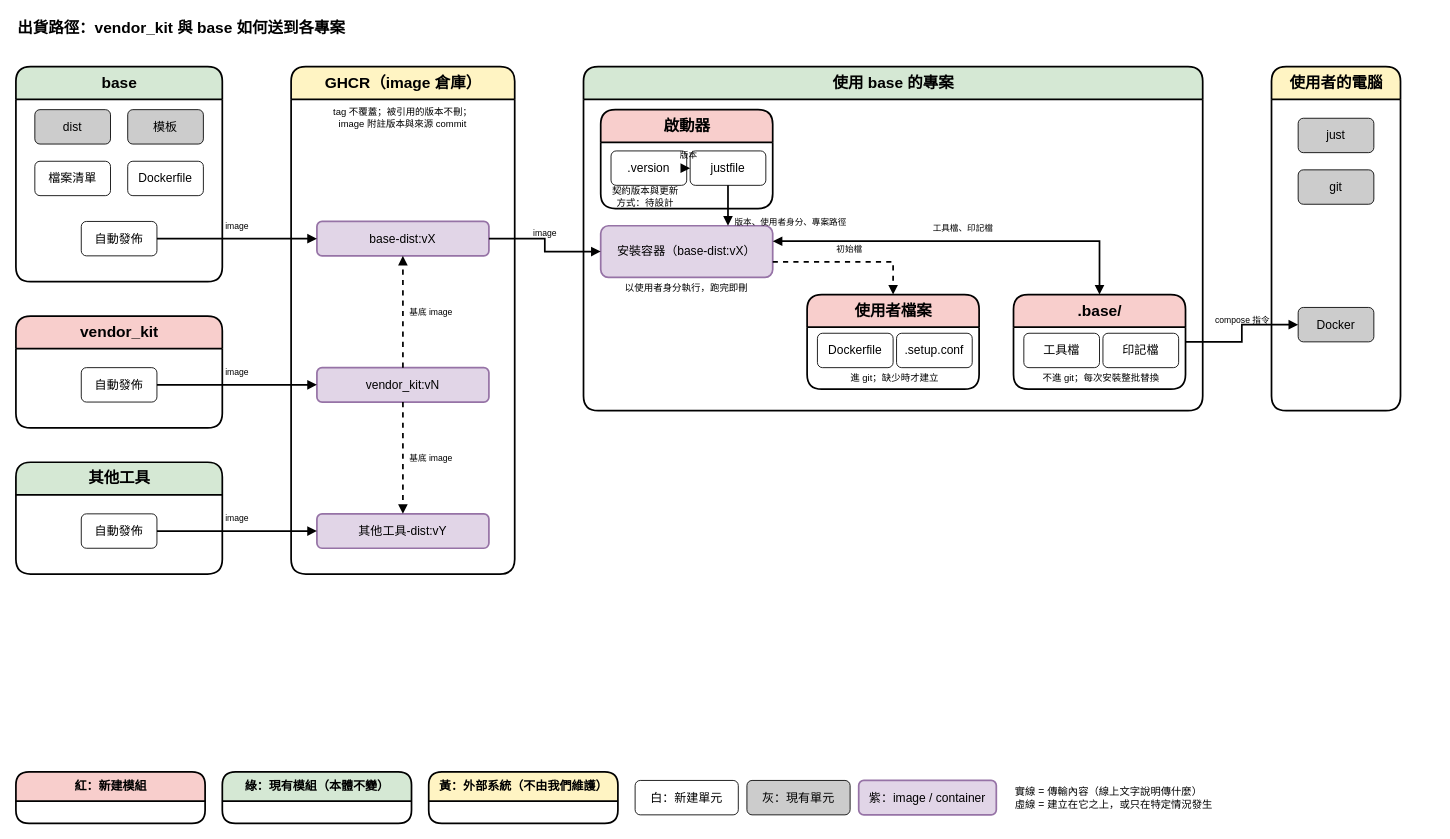
Before: page "2. 出貨路徑" (2 of 7) of dist_distribution.drawio in ycpss91255-research/vendor_kit, a draw.io diagram. Source tidied: cells renumbered, new cells numbered last; positions are measured from the earlier drawing's top-left corner, leaving out a move shared by most shapes. Both pictures are drawn from the tidied source at 86%, with x=0, y=0 at pixel (15, 15).
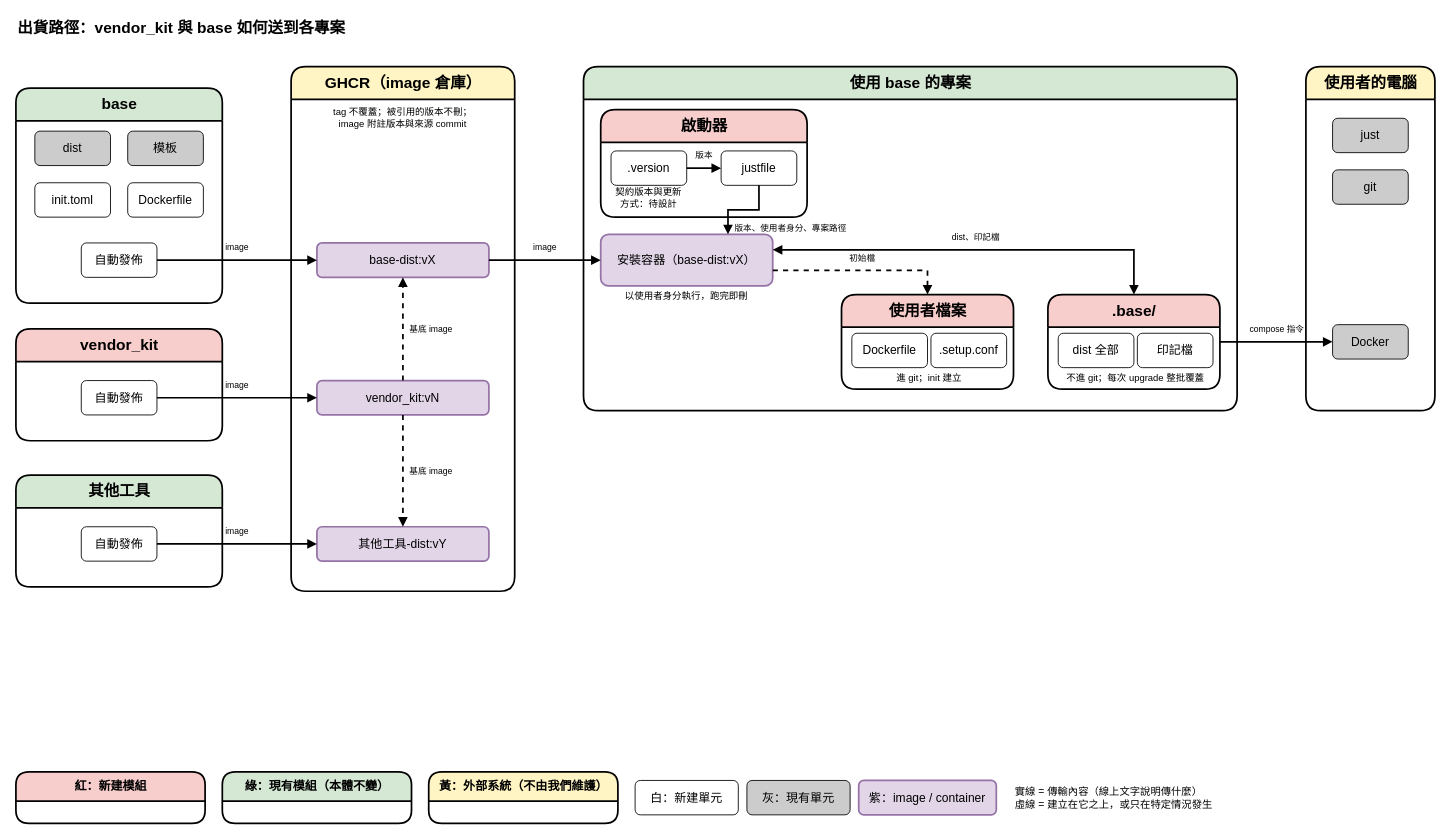
The same diagram, later.

Change to the diagram source:
```diff
@@
     <mxCell id="3" value="base" style="swimlane;html=1;rounded=1;startSize=38;fontStyle=1;fontSize=18;fillColor=#d5e8d4;swimlaneFillColor=#ffffff;strokeColor=#000000;strokeWidth=2;" parent="1" vertex="1">
-      <mxGeometry y="60" width="240" height="250" as="geometry" />
+      <mxGeometry y="85" width="240" height="250" as="geometry" />
     </mxCell>
@@
-    <mxCell id="6" value="檔案清單" style="rounded=1;whiteSpace=wrap;html=1;fillColor=#ffffff;strokeColor=light-dark(#000000,#9577A3);fontSize=14;strokeWidth=1;" parent="3" vertex="1">
+    <mxCell id="6" value="init.toml" style="rounded=1;whiteSpace=wrap;html=1;fillColor=#ffffff;strokeColor=light-dark(#000000,#9577A3);fontSize=14;strokeWidth=1;" parent="3" vertex="1">
       <mxGeometry x="22" y="110" width="88" height="40" as="geometry" />
     </mxCell>
@@
     <mxCell id="9" value="vendor_kit" style="swimlane;html=1;rounded=1;startSize=38;fontStyle=1;fontSize=18;fillColor=#f8cecc;swimlaneFillColor=#ffffff;strokeColor=#000000;strokeWidth=2;" parent="1" vertex="1">
-      <mxGeometry y="350" width="240" height="130" as="geometry" />
+      <mxGeometry y="365" width="240" height="130" as="geometry" />
     </mxCell>
@@
     <mxCell id="11" value="其他工具" style="swimlane;html=1;rounded=1;startSize=38;fontStyle=1;fontSize=18;fillColor=#d5e8d4;swimlaneFillColor=#ffffff;strokeColor=#000000;strokeWidth=2;" parent="1" vertex="1">
-      <mxGeometry y="520" width="240" height="130" as="geometry" />
+      <mxGeometry y="535" width="240" height="130" as="geometry" />
     </mxCell>
@@
     <mxCell id="13" value="GHCR（image 倉庫）" style="swimlane;html=1;rounded=1;startSize=38;fontStyle=1;fontSize=18;fillColor=#FFF4C3;swimlaneFillColor=#ffffff;strokeColor=#000000;strokeWidth=2;" parent="1" vertex="1">
-      <mxGeometry x="320" y="60" width="260" height="590" as="geometry" />
+      <mxGeometry x="320" y="60" width="260" height="610" as="geometry" />
     </mxCell>
     <mxCell id="14" value="base-dist:vX" style="rounded=1;whiteSpace=wrap;html=1;fillColor=#e1d5e7;strokeColor=#9673a6;fontSize=14;strokeWidth=2;" parent="13" vertex="1">
-      <mxGeometry x="30" y="180" width="200" height="40" as="geometry" />
+      <mxGeometry x="30" y="205" width="200" height="40" as="geometry" />
     </mxCell>
     <mxCell id="15" value="vendor_kit:vN" style="rounded=1;whiteSpace=wrap;html=1;fillColor=#e1d5e7;strokeColor=#9673a6;fontSize=14;strokeWidth=2;" parent="13" vertex="1">
-      <mxGeometry x="30" y="350" width="200" height="40" as="geometry" />
+      <mxGeometry x="30" y="365" width="200" height="40" as="geometry" />
     </mxCell>
     <mxCell id="16" value="其他工具-dist:vY" style="rounded=1;whiteSpace=wrap;html=1;fillColor=#e1d5e7;strokeColor=#9673a6;fontSize=14;strokeWidth=2;" parent="13" vertex="1">
-      <mxGeometry x="30" y="520" width="200" height="40" as="geometry" />
+      <mxGeometry x="30" y="535" width="200" height="40" as="geometry" />
     </mxCell>
@@
     <mxCell id="18" value="使用 base 的專案" style="swimlane;html=1;rounded=1;startSize=38;fontStyle=1;fontSize=18;fillColor=#d5e8d4;swimlaneFillColor=#ffffff;strokeColor=#000000;strokeWidth=2;" parent="1" vertex="1">
-      <mxGeometry x="660" y="60" width="720" height="400" as="geometry" />
+      <mxGeometry x="660" y="60" width="760" height="400" as="geometry" />
     </mxCell>
     <mxCell id="19" value="安裝容器（base-dist:vX）" style="rounded=1;whiteSpace=wrap;html=1;fillColor=#e1d5e7;strokeColor=#9673a6;fontSize=14;strokeWidth=2;" parent="18" vertex="1">
-      <mxGeometry x="20" y="185" width="200" height="60" as="geometry" />
+      <mxGeometry x="20" y="195" width="200" height="60" as="geometry" />
     </mxCell>
     <mxCell id="20" value="以使用者身分執行，跑完即刪" style="text;html=1;whiteSpace=wrap;align=center;verticalAlign=middle;fontSize=11;strokeColor=none;fillColor=none;" parent="18" vertex="1">
-      <mxGeometry x="20" y="247" width="200" height="20" as="geometry" />
+      <mxGeometry x="20" y="257" width="200" height="20" as="geometry" />
     </mxCell>
     <mxCell id="21" value="啟動器" style="swimlane;html=1;rounded=1;startSize=38;fontStyle=1;fontSize=18;fillColor=#f8cecc;swimlaneFillColor=#ffffff;strokeColor=#000000;strokeWidth=2;" parent="18" vertex="1">
-      <mxGeometry x="20" y="50" width="200" height="115" as="geometry" />
+      <mxGeometry x="20" y="50" width="240" height="125" as="geometry" />
     </mxCell>
     <mxCell id="22" value="契約版本與更新&lt;br&gt;方式：待設計" style="text;html=1;whiteSpace=wrap;align=center;verticalAlign=middle;fontSize=11;strokeColor=none;fillColor=none;" parent="21" vertex="1">
-      <mxGeometry x="6" y="88" width="92" height="26" as="geometry" />
+      <mxGeometry x="6" y="90" width="100" height="26" as="geometry" />
     </mxCell>
@@
     <mxCell id="24" value="justfile" style="rounded=1;whiteSpace=wrap;html=1;fillColor=#ffffff;strokeColor=light-dark(#000000,#9577A3);fontSize=14;strokeWidth=1;" parent="21" vertex="1">
-      <mxGeometry x="104" y="48" width="88" height="40" as="geometry" />
+      <mxGeometry x="140" y="48" width="88" height="40" as="geometry" />
     </mxCell>
     <mxCell id="25" value="使用者檔案" style="swimlane;html=1;rounded=1;startSize=38;fontStyle=1;fontSize=18;fillColor=#f8cecc;swimlaneFillColor=#ffffff;strokeColor=#000000;strokeWidth=2;" parent="18" vertex="1">
-      <mxGeometry x="260" y="265" width="200" height="110" as="geometry" />
+      <mxGeometry x="300" y="265" width="200" height="110" as="geometry" />
     </mxCell>
@@
-    <mxCell id="28" value="進 git；缺少時才建立" style="text;html=1;whiteSpace=wrap;align=center;verticalAlign=middle;fontSize=11;strokeColor=none;fillColor=none;" parent="25" vertex="1">
+    <mxCell id="28" value="進 git；init 建立" style="text;html=1;whiteSpace=wrap;align=center;verticalAlign=middle;fontSize=11;strokeColor=none;fillColor=none;" parent="25" vertex="1">
       <mxGeometry x="12" y="88" width="180" height="18" as="geometry" />
     </mxCell>
     <mxCell id="29" value=".base/" style="swimlane;html=1;rounded=1;startSize=38;fontStyle=1;fontSize=18;fillColor=#f8cecc;swimlaneFillColor=#ffffff;strokeColor=#000000;strokeWidth=2;" parent="18" vertex="1">
-      <mxGeometry x="500" y="265" width="200" height="110" as="geometry" />
+      <mxGeometry x="540" y="265" width="200" height="110" as="geometry" />
     </mxCell>
-    <mxCell id="30" value="工具檔" style="rounded=1;whiteSpace=wrap;html=1;fillColor=#ffffff;strokeColor=light-dark(#000000,#9577A3);fontSize=14;strokeWidth=1;" parent="29" vertex="1">
+    <mxCell id="30" value="dist 全部" style="rounded=1;whiteSpace=wrap;html=1;fillColor=#ffffff;strokeColor=light-dark(#000000,#9577A3);fontSize=14;strokeWidth=1;" parent="29" vertex="1">
       <mxGeometry x="12" y="45" width="88" height="40" as="geometry" />
     </mxCell>
@@
-    <mxCell id="32" value="不進 git；每次安裝整批替換" style="text;html=1;whiteSpace=wrap;align=center;verticalAlign=middle;fontSize=11;strokeColor=none;fillColor=none;" parent="29" vertex="1">
+    <mxCell id="32" value="不進 git；每次 upgrade 整批覆蓋" style="text;html=1;whiteSpace=wrap;align=center;verticalAlign=middle;fontSize=11;strokeColor=none;fillColor=none;" parent="29" vertex="1">
       <mxGeometry x="12" y="88" width="180" height="18" as="geometry" />
     </mxCell>
     <mxCell id="33" value="使用者的電腦" style="swimlane;html=1;rounded=1;startSize=38;fontStyle=1;fontSize=18;fillColor=#FFF4C3;swimlaneFillColor=#ffffff;strokeColor=#000000;strokeWidth=2;" parent="1" vertex="1">
-      <mxGeometry x="1460" y="60" width="150" height="400" as="geometry" />
+      <mxGeometry x="1500" y="60" width="150" height="400" as="geometry" />
     </mxCell>
     <mxCell id="34" value="Docker" style="rounded=1;whiteSpace=wrap;html=1;fillColor=#CCCCCC;strokeColor=light-dark(#000000,#9577A3);fontSize=14;strokeWidth=1;" parent="33" vertex="1">
-      <mxGeometry x="31" y="280" width="88" height="40" as="geometry" />
+      <mxGeometry x="31" y="300" width="88" height="40" as="geometry" />
     </mxCell>
@@
-    <mxCell id="45" value="工具檔、印記檔" style="edgeStyle=orthogonalEdgeStyle;rounded=0;jettySize=auto;html=1;strokeColor=default;strokeWidth=2;align=center;verticalAlign=bottom;spacingBottom=6;fontFamily=Helvetica;fontSize=10;fontColor=default;labelBorderColor=none;labelBackgroundColor=none;endArrow=block;endFill=1;exitX=1;exitY=0.3;exitDx=0;exitDy=0;entryX=0.5;entryY=0;entryDx=0;entryDy=0;startArrow=block;startFill=1;" parent="1" edge="1" source="19" target="29">
+    <mxCell id="45" value="dist、印記檔" style="edgeStyle=orthogonalEdgeStyle;rounded=0;jettySize=auto;html=1;strokeColor=default;strokeWidth=2;align=center;verticalAlign=bottom;spacingBottom=6;fontFamily=Helvetica;fontSize=10;fontColor=default;labelBorderColor=none;labelBackgroundColor=none;endArrow=block;endFill=1;exitX=1;exitY=0.3;exitDx=0;exitDy=0;entryX=0.5;entryY=0;entryDx=0;entryDy=0;startArrow=block;startFill=1;" parent="1" edge="1" source="19" target="29">
       <mxGeometry relative="1" as="geometry" />
     </mxCell>
```
